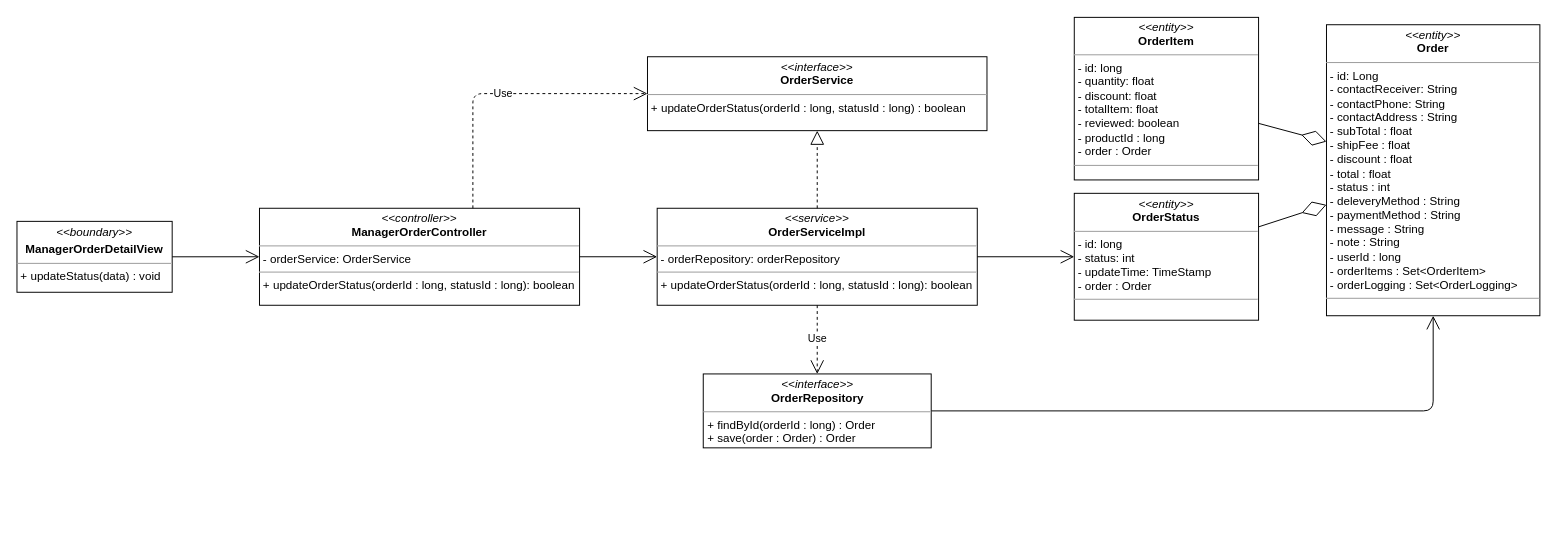
Above: class diagram/manager-updateStatus-order-class-diagram.drawio in nguyenphamvan/datn_20202 (draw.io), before the change. Source tidied: cells renumbered, new cells numbered last; positions are measured from the earlier drawing's top-left corner, leaving out a move shared by most shapes. Both pictures are drawn from the tidied source at 97%, with x=0, y=0 at pixel (16, 16).
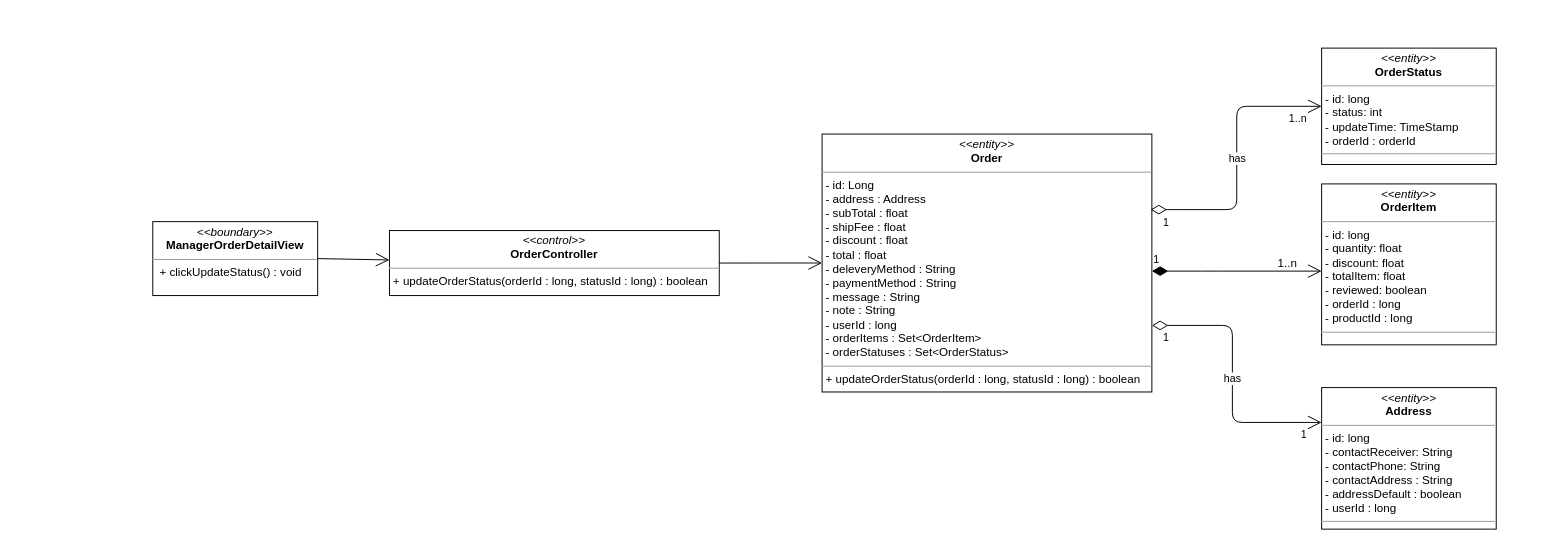
The same page after the edit.

The edit, as a diff of the source:
```diff
@@
-    <mxCell id="2" value="&lt;p style=&quot;margin: 0px ; margin-top: 4px ; text-align: center&quot;&gt;&lt;i&gt;&amp;lt;&amp;lt;boundary&amp;gt;&amp;gt;&lt;/i&gt;&lt;/p&gt;&lt;p style=&quot;margin: 0px ; margin-top: 4px ; text-align: center&quot;&gt;&lt;b&gt;ManagerOrderDetailView&lt;/b&gt;&lt;/p&gt;&lt;hr size=&quot;1&quot;&gt;&lt;p style=&quot;margin: 0px ; margin-left: 4px&quot;&gt;&lt;span&gt;+ updateStatus(data) : void&lt;/span&gt;&lt;br&gt;&lt;/p&gt;" style="verticalAlign=top;align=left;overflow=fill;fontSize=12;fontFamily=Helvetica;html=1;" parent="1" vertex="1">
-      <mxGeometry y="210.7" width="160" height="73.1" as="geometry" />
-    </mxCell>
-    <mxCell id="3" style="endArrow=open;endFill=1;endSize=12;html=1;entryX=0;entryY=0.5;entryDx=0;entryDy=0;exitX=1;exitY=0.5;exitDx=0;exitDy=0;" parent="1" edge="1" source="2" target="7">
-      <mxGeometry relative="1" as="geometry" />
-    </mxCell>
-    <mxCell id="4" style="endArrow=open;endFill=1;endSize=12;html=1;exitX=1;exitY=0.5;exitDx=0;exitDy=0;edgeStyle=orthogonalEdgeStyle;" parent="1" edge="1" source="5" target="13">
-      <mxGeometry relative="1" as="geometry">
-        <Array as="points">
-          <mxPoint x="1460" y="406" />
-        </Array>
-      </mxGeometry>
-    </mxCell>
-    <mxCell id="5" value="&lt;p style=&quot;margin: 0px ; margin-top: 4px ; text-align: center&quot;&gt;&lt;i&gt;&amp;lt;&amp;lt;interface&amp;gt;&amp;gt;&lt;/i&gt;&lt;br&gt;&lt;b&gt;OrderRepository&lt;/b&gt;&lt;/p&gt;&lt;hr size=&quot;1&quot;&gt;&lt;p style=&quot;margin: 0px ; margin-left: 4px&quot;&gt;+ findById(orderId : long) : Order&lt;/p&gt;&lt;p style=&quot;margin: 0px ; margin-left: 4px&quot;&gt;+ save(order : Order) : Order&lt;/p&gt;" style="verticalAlign=top;align=left;overflow=fill;fontSize=12;fontFamily=Helvetica;html=1;" parent="1" vertex="1">
-      <mxGeometry x="707.5" y="368" width="235" height="76.2" as="geometry" />
-    </mxCell>
-    <mxCell id="6" value="&lt;p style=&quot;margin: 0px ; margin-top: 4px ; text-align: center&quot;&gt;&lt;i&gt;&amp;lt;&amp;lt;interface&amp;gt;&amp;gt;&lt;/i&gt;&lt;br&gt;&lt;b&gt;OrderService&lt;/b&gt;&lt;/p&gt;&lt;hr size=&quot;1&quot;&gt;&lt;p style=&quot;margin: 0px ; margin-left: 4px&quot;&gt;+ updateOrderStatus(orderId : long, statusId : long) : boolean&lt;/p&gt;" style="verticalAlign=top;align=left;overflow=fill;fontSize=12;fontFamily=Helvetica;html=1;" parent="1" vertex="1">
-      <mxGeometry x="650" y="41" width="350" height="76.2" as="geometry" />
-    </mxCell>
-    <mxCell id="7" value="&lt;p style=&quot;margin: 0px ; margin-top: 4px ; text-align: center&quot;&gt;&lt;i&gt;&amp;lt;&amp;lt;controller&amp;gt;&amp;gt;&lt;/i&gt;&lt;br&gt;&lt;b&gt;ManagerOrderController&lt;/b&gt;&lt;br&gt;&lt;/p&gt;&lt;hr size=&quot;1&quot;&gt;&lt;p style=&quot;margin: 0px ; margin-left: 4px&quot;&gt;- orderService: OrderService&lt;br&gt;&lt;/p&gt;&lt;hr size=&quot;1&quot;&gt;&lt;p style=&quot;margin: 0px ; margin-left: 4px&quot;&gt;+ updateOrderStatus(orderId : long, statusId : long): boolean&lt;br&gt;&lt;/p&gt;" style="verticalAlign=top;align=left;overflow=fill;fontSize=12;fontFamily=Helvetica;html=1;" parent="1" vertex="1">
-      <mxGeometry x="250" y="197.2" width="330" height="100" as="geometry" />
-    </mxCell>
-    <mxCell id="8" value="&lt;p style=&quot;margin: 0px ; margin-top: 4px ; text-align: center&quot;&gt;&lt;i&gt;&amp;lt;&amp;lt;service&amp;gt;&amp;gt;&lt;/i&gt;&lt;br&gt;&lt;b&gt;OrderServiceImpl&lt;/b&gt;&lt;/p&gt;&lt;hr size=&quot;1&quot;&gt;&lt;p style=&quot;margin: 0px ; margin-left: 4px&quot;&gt;- orderRepository: orderRepository&lt;br&gt;&lt;/p&gt;&lt;hr size=&quot;1&quot;&gt;&lt;p style=&quot;margin: 0px ; margin-left: 4px&quot;&gt;+ updateOrderStatus(orderId : long, statusId : long): boolean&lt;br&gt;&lt;/p&gt;" style="verticalAlign=top;align=left;overflow=fill;fontSize=12;fontFamily=Helvetica;html=1;" parent="1" vertex="1">
-      <mxGeometry x="660" y="197.2" width="330" height="100" as="geometry" />
-    </mxCell>
-    <mxCell id="9" value="Use" style="endArrow=open;endSize=12;dashed=1;html=1;edgeStyle=orthogonalEdgeStyle;" parent="1" edge="1" source="7" target="6">
-      <mxGeometry relative="1" as="geometry">
-        <Array as="points">
-          <mxPoint x="470" y="79" />
-        </Array>
-      </mxGeometry>
-    </mxCell>
-    <mxCell id="10" style="endArrow=block;dashed=1;endFill=0;endSize=12;html=1;" parent="1" edge="1" source="8" target="6">
-      <mxGeometry relative="1" as="geometry" />
-    </mxCell>
-    <mxCell id="11" value="Use" style="endArrow=open;endSize=12;dashed=1;html=1;" parent="1" edge="1" source="8" target="5">
-      <mxGeometry relative="1" as="geometry" />
-    </mxCell>
-    <mxCell id="12" style="endArrow=open;endFill=1;endSize=12;html=1;" parent="1" edge="1" source="7" target="8">
-      <mxGeometry relative="1" as="geometry" />
-    </mxCell>
-    <mxCell id="13" value="&lt;p style=&quot;margin: 0px ; margin-top: 4px ; text-align: center&quot;&gt;&lt;i&gt;&amp;lt;&amp;lt;entity&amp;gt;&amp;gt;&lt;/i&gt;&lt;br&gt;&lt;b&gt;Order&lt;/b&gt;&lt;/p&gt;&lt;hr size=&quot;1&quot;&gt;&lt;p style=&quot;margin: 0px ; margin-left: 4px&quot;&gt;- id: Long&lt;/p&gt;&lt;p style=&quot;margin: 0px 0px 0px 4px&quot;&gt;- contactReceiver: String&lt;br&gt;- contactPhone: String&lt;/p&gt;&lt;p style=&quot;margin: 0px 0px 0px 4px&quot;&gt;- contactAddress : String&lt;/p&gt;&lt;p style=&quot;margin: 0px 0px 0px 4px&quot;&gt;- subTotal : float&lt;/p&gt;&lt;p style=&quot;margin: 0px 0px 0px 4px&quot;&gt;- shipFee : float&lt;/p&gt;&lt;p style=&quot;margin: 0px 0px 0px 4px&quot;&gt;- discount : float&lt;/p&gt;&lt;p style=&quot;margin: 0px 0px 0px 4px&quot;&gt;- total : float&lt;/p&gt;&lt;p style=&quot;margin: 0px 0px 0px 4px&quot;&gt;- status : int&lt;/p&gt;&lt;p style=&quot;margin: 0px 0px 0px 4px&quot;&gt;- deleveryMethod : String&lt;/p&gt;&lt;p style=&quot;margin: 0px 0px 0px 4px&quot;&gt;- paymentMethod : String&lt;/p&gt;&lt;p style=&quot;margin: 0px 0px 0px 4px&quot;&gt;- message : String&lt;/p&gt;&lt;p style=&quot;margin: 0px 0px 0px 4px&quot;&gt;- note : String&lt;/p&gt;&lt;p style=&quot;margin: 0px 0px 0px 4px&quot;&gt;- userId : long&lt;/p&gt;&lt;p style=&quot;margin: 0px 0px 0px 4px&quot;&gt;- orderItems : Set&amp;lt;OrderItem&amp;gt;&lt;/p&gt;&lt;p style=&quot;margin: 0px 0px 0px 4px&quot;&gt;- orderLogging : Set&amp;lt;OrderLogging&amp;gt;&amp;nbsp;&lt;/p&gt;&lt;hr size=&quot;1&quot;&gt;&lt;p style=&quot;margin: 0px ; margin-left: 4px&quot;&gt;&lt;br&gt;&lt;/p&gt;" style="verticalAlign=top;align=left;overflow=fill;fontSize=12;fontFamily=Helvetica;html=1;" parent="1" vertex="1">
-      <mxGeometry x="1350" y="8" width="220" height="300" as="geometry" />
-    </mxCell>
-    <mxCell id="14" value="&lt;p style=&quot;margin: 0px ; margin-top: 4px ; text-align: center&quot;&gt;&lt;i&gt;&amp;lt;&amp;lt;entity&amp;gt;&amp;gt;&lt;/i&gt;&lt;br&gt;&lt;b&gt;OrderItem&lt;/b&gt;&lt;/p&gt;&lt;hr size=&quot;1&quot;&gt;&lt;p style=&quot;margin: 0px ; margin-left: 4px&quot;&gt;- id: long&lt;/p&gt;&lt;p style=&quot;margin: 0px ; margin-left: 4px&quot;&gt;- quantity: float&lt;br&gt;- discount: float&lt;/p&gt;&lt;p style=&quot;margin: 0px ; margin-left: 4px&quot;&gt;- totalItem: float&lt;/p&gt;&lt;p style=&quot;margin: 0px ; margin-left: 4px&quot;&gt;- reviewed: boolean&lt;/p&gt;&lt;p style=&quot;margin: 0px ; margin-left: 4px&quot;&gt;- productId : long&lt;/p&gt;&lt;p style=&quot;margin: 0px ; margin-left: 4px&quot;&gt;- order : Order&lt;/p&gt;&lt;hr size=&quot;1&quot;&gt;&lt;p style=&quot;margin: 0px ; margin-left: 4px&quot;&gt;&lt;br&gt;&lt;/p&gt;" style="verticalAlign=top;align=left;overflow=fill;fontSize=12;fontFamily=Helvetica;html=1;" parent="1" vertex="1">
-      <mxGeometry x="1090" y="0.4" width="190" height="167.6" as="geometry" />
-    </mxCell>
-    <mxCell id="15" value="&lt;p style=&quot;margin: 0px ; margin-top: 4px ; text-align: center&quot;&gt;&lt;i&gt;&amp;lt;&amp;lt;entity&amp;gt;&amp;gt;&lt;/i&gt;&lt;br&gt;&lt;b&gt;OrderStatus&lt;/b&gt;&lt;/p&gt;&lt;hr size=&quot;1&quot;&gt;&lt;p style=&quot;margin: 0px ; margin-left: 4px&quot;&gt;- id: long&lt;/p&gt;&lt;p style=&quot;margin: 0px ; margin-left: 4px&quot;&gt;- status: int&lt;br&gt;- updateTime: TimeStamp&lt;/p&gt;&lt;p style=&quot;margin: 0px ; margin-left: 4px&quot;&gt;- order : Order&lt;/p&gt;&lt;hr size=&quot;1&quot;&gt;&lt;p style=&quot;margin: 0px ; margin-left: 4px&quot;&gt;&lt;br&gt;&lt;/p&gt;" style="verticalAlign=top;align=left;overflow=fill;fontSize=12;fontFamily=Helvetica;html=1;" parent="1" vertex="1">
-      <mxGeometry x="1090" y="181.8" width="190" height="130.8" as="geometry" />
-    </mxCell>
-    <mxCell id="16" style="endArrow=diamondThin;endFill=0;endSize=24;html=1;" parent="1" edge="1" source="15" target="13">
-      <mxGeometry relative="1" as="geometry" />
-    </mxCell>
-    <mxCell id="17" style="endArrow=diamondThin;endFill=0;endSize=24;html=1;" parent="1" edge="1" source="14" target="13">
-      <mxGeometry relative="1" as="geometry" />
-    </mxCell>
-    <mxCell id="18" style="endArrow=open;endFill=1;endSize=12;html=1;" parent="1" edge="1" source="8" target="15">
-      <mxGeometry relative="1" as="geometry" />
-    </mxCell>
+    <mxCell id="19" value="&lt;p style=&quot;margin: 0px ; margin-top: 4px ; text-align: center&quot;&gt;&lt;i&gt;&amp;lt;&amp;lt;boundary&amp;gt;&amp;gt;&lt;/i&gt;&lt;br&gt;&lt;b&gt;ManagerOrderDetailView&lt;/b&gt;&lt;/p&gt;&lt;hr size=&quot;1&quot;&gt;&lt;p style=&quot;margin: 0px ; margin-left: 4px&quot;&gt;&lt;span&gt;&amp;nbsp;&lt;/span&gt;&lt;span&gt;+ clickUpdateStatus() : void&lt;/span&gt;&lt;/p&gt;" style="verticalAlign=top;align=left;overflow=fill;fontSize=12;fontFamily=Helvetica;html=1;" parent="1" vertex="1">
+      <mxGeometry x="140" y="211" width="170" height="76.2" as="geometry" />
+    </mxCell>
+    <mxCell id="20" style="endArrow=open;endFill=1;endSize=12;html=1;exitX=1;exitY=0.5;exitDx=0;exitDy=0;" parent="1" edge="1" source="19" target="21">
+      <mxGeometry relative="1" as="geometry" />
+    </mxCell>
+    <mxCell id="21" value="&lt;p style=&quot;margin: 0px ; margin-top: 4px ; text-align: center&quot;&gt;&lt;i&gt;&amp;lt;&amp;lt;control&amp;gt;&amp;gt;&lt;/i&gt;&lt;br&gt;&lt;b&gt;OrderController&lt;/b&gt;&lt;br&gt;&lt;/p&gt;&lt;hr size=&quot;1&quot;&gt;&lt;p style=&quot;margin: 0px ; margin-left: 4px&quot;&gt;&lt;span&gt;+ updateOrderStatus(orderId : long, statusId : long) : boolean&lt;/span&gt;&lt;br&gt;&lt;/p&gt;" style="verticalAlign=top;align=left;overflow=fill;fontSize=12;fontFamily=Helvetica;html=1;" parent="1" vertex="1">
+      <mxGeometry x="384" y="220.2" width="340" height="67" as="geometry" />
+    </mxCell>
+    <mxCell id="22" style="endArrow=open;endFill=1;endSize=12;html=1;entryX=0;entryY=0.5;entryDx=0;entryDy=0;" parent="1" edge="1" source="21" target="24">
+      <mxGeometry relative="1" as="geometry" />
+    </mxCell>
+    <mxCell id="23" value="&lt;p style=&quot;margin: 0px ; margin-top: 4px ; text-align: center&quot;&gt;&lt;i&gt;&amp;lt;&amp;lt;entity&amp;gt;&amp;gt;&lt;/i&gt;&lt;br&gt;&lt;b&gt;Address&lt;/b&gt;&lt;/p&gt;&lt;hr size=&quot;1&quot;&gt;&lt;p style=&quot;margin: 0px ; margin-left: 4px&quot;&gt;- id: long&lt;/p&gt;&lt;p style=&quot;margin: 0px ; margin-left: 4px&quot;&gt;- contactReceiver: String&lt;br&gt;- contactPhone: String&lt;/p&gt;&lt;p style=&quot;margin: 0px ; margin-left: 4px&quot;&gt;- contactAddress : String&lt;/p&gt;&lt;p style=&quot;margin: 0px ; margin-left: 4px&quot;&gt;- addressDefault : boolean&lt;/p&gt;&lt;p style=&quot;margin: 0px ; margin-left: 4px&quot;&gt;- userId : long&lt;/p&gt;&lt;hr size=&quot;1&quot;&gt;&lt;p style=&quot;margin: 0px ; margin-left: 4px&quot;&gt;&lt;br&gt;&lt;/p&gt;" style="verticalAlign=top;align=left;overflow=fill;fontSize=12;fontFamily=Helvetica;html=1;" parent="1" vertex="1">
+      <mxGeometry x="1345" y="382.1" width="180" height="145.9" as="geometry" />
+    </mxCell>
+    <mxCell id="24" value="&lt;p style=&quot;margin: 0px ; margin-top: 4px ; text-align: center&quot;&gt;&lt;i&gt;&amp;lt;&amp;lt;entity&amp;gt;&amp;gt;&lt;/i&gt;&lt;br&gt;&lt;b&gt;Order&lt;/b&gt;&lt;/p&gt;&lt;hr size=&quot;1&quot;&gt;&lt;p style=&quot;margin: 0px ; margin-left: 4px&quot;&gt;- id: Long&lt;/p&gt;&lt;p style=&quot;margin: 0px 0px 0px 4px&quot;&gt;- address : Address&lt;/p&gt;&lt;p style=&quot;margin: 0px 0px 0px 4px&quot;&gt;- subTotal : float&lt;/p&gt;&lt;p style=&quot;margin: 0px 0px 0px 4px&quot;&gt;- shipFee : float&lt;/p&gt;&lt;p style=&quot;margin: 0px 0px 0px 4px&quot;&gt;- discount : float&lt;/p&gt;&lt;p style=&quot;margin: 0px 0px 0px 4px&quot;&gt;- total : float&lt;/p&gt;&lt;p style=&quot;margin: 0px 0px 0px 4px&quot;&gt;- deleveryMethod : String&lt;/p&gt;&lt;p style=&quot;margin: 0px 0px 0px 4px&quot;&gt;- paymentMethod : String&lt;/p&gt;&lt;p style=&quot;margin: 0px 0px 0px 4px&quot;&gt;- message : String&lt;/p&gt;&lt;p style=&quot;margin: 0px 0px 0px 4px&quot;&gt;- note : String&lt;/p&gt;&lt;p style=&quot;margin: 0px 0px 0px 4px&quot;&gt;- userId : long&lt;/p&gt;&lt;p style=&quot;margin: 0px 0px 0px 4px&quot;&gt;- orderItems : Set&amp;lt;OrderItem&amp;gt;&lt;/p&gt;&lt;p style=&quot;margin: 0px 0px 0px 4px&quot;&gt;- orderStatuses : Set&amp;lt;OrderStatus&amp;gt;&lt;/p&gt;&lt;hr size=&quot;1&quot;&gt;&lt;p style=&quot;margin: 0px ; margin-left: 4px&quot;&gt;+ updateOrderStatus(orderId : long, statusId : long) : boolean&lt;/p&gt;" style="verticalAlign=top;align=left;overflow=fill;fontSize=12;fontFamily=Helvetica;html=1;" parent="1" vertex="1">
+      <mxGeometry x="830" y="120.7" width="340" height="265.9" as="geometry" />
+    </mxCell>
+    <mxCell id="25" value="&lt;p style=&quot;margin: 0px ; margin-top: 4px ; text-align: center&quot;&gt;&lt;i&gt;&amp;lt;&amp;lt;entity&amp;gt;&amp;gt;&lt;/i&gt;&lt;br&gt;&lt;b&gt;OrderItem&lt;/b&gt;&lt;/p&gt;&lt;hr size=&quot;1&quot;&gt;&lt;p style=&quot;margin: 0px ; margin-left: 4px&quot;&gt;- id: long&lt;/p&gt;&lt;p style=&quot;margin: 0px ; margin-left: 4px&quot;&gt;- quantity: float&lt;br&gt;- discount: float&lt;/p&gt;&lt;p style=&quot;margin: 0px ; margin-left: 4px&quot;&gt;- totalItem: float&lt;/p&gt;&lt;p style=&quot;margin: 0px ; margin-left: 4px&quot;&gt;- reviewed: boolean&lt;/p&gt;&lt;p style=&quot;margin: 0px ; margin-left: 4px&quot;&gt;- orderId : long&lt;/p&gt;&lt;p style=&quot;margin: 0px ; margin-left: 4px&quot;&gt;- productId : long&lt;/p&gt;&lt;hr size=&quot;1&quot;&gt;&lt;p style=&quot;margin: 0px ; margin-left: 4px&quot;&gt;&lt;br&gt;&lt;/p&gt;" style="verticalAlign=top;align=left;overflow=fill;fontSize=12;fontFamily=Helvetica;html=1;" parent="1" vertex="1">
+      <mxGeometry x="1345" y="172.1" width="180" height="165.9" as="geometry" />
+    </mxCell>
+    <mxCell id="26" value="&lt;p style=&quot;margin: 0px ; margin-top: 4px ; text-align: center&quot;&gt;&lt;i&gt;&amp;lt;&amp;lt;entity&amp;gt;&amp;gt;&lt;/i&gt;&lt;br&gt;&lt;b&gt;OrderStatus&lt;/b&gt;&lt;/p&gt;&lt;hr size=&quot;1&quot;&gt;&lt;p style=&quot;margin: 0px ; margin-left: 4px&quot;&gt;- id: long&lt;/p&gt;&lt;p style=&quot;margin: 0px ; margin-left: 4px&quot;&gt;- status: int&lt;br&gt;- updateTime: TimeStamp&lt;/p&gt;&lt;p style=&quot;margin: 0px ; margin-left: 4px&quot;&gt;- orderId : orderId&lt;/p&gt;&lt;hr size=&quot;1&quot;&gt;&lt;p style=&quot;margin: 0px ; margin-left: 4px&quot;&gt;&lt;br&gt;&lt;/p&gt;" style="verticalAlign=top;align=left;overflow=fill;fontSize=12;fontFamily=Helvetica;html=1;" parent="1" vertex="1">
+      <mxGeometry x="1345" y="32.1" width="180" height="120" as="geometry" />
+    </mxCell>
+    <mxCell id="27" value="has" style="endArrow=open;html=1;endSize=12;startArrow=diamondThin;startSize=14;startFill=0;edgeStyle=orthogonalEdgeStyle;exitX=0.996;exitY=0.293;exitDx=0;exitDy=0;exitPerimeter=0;" parent="1" edge="1" source="24" target="26">
+      <mxGeometry relative="1" as="geometry" />
+    </mxCell>
+    <mxCell id="28" value="1" style="edgeLabel;html=1;align=left;verticalAlign=top;" parent="27" vertex="1">
+      <mxGeometry x="-1" relative="1" as="geometry">
+        <mxPoint x="11" as="offset" />
+      </mxGeometry>
+    </mxCell>
+    <mxCell id="29" value="1..n" style="edgeLabel;html=1;align=right;verticalAlign=top;" parent="27" vertex="1">
+      <mxGeometry x="1" relative="1" as="geometry">
+        <mxPoint x="-15" as="offset" />
+      </mxGeometry>
+    </mxCell>
+    <mxCell id="30" value="has" style="endArrow=open;html=1;endSize=12;startArrow=diamondThin;startSize=14;startFill=0;edgeStyle=orthogonalEdgeStyle;" parent="1" edge="1" source="24" target="23">
+      <mxGeometry relative="1" as="geometry">
+        <Array as="points">
+          <mxPoint x="1253" y="318" />
+          <mxPoint x="1253" y="418" />
+        </Array>
+      </mxGeometry>
+    </mxCell>
+    <mxCell id="31" value="1" style="edgeLabel;html=1;align=left;verticalAlign=top;" parent="30" vertex="1">
+      <mxGeometry x="-1" relative="1" as="geometry">
+        <mxPoint x="10" as="offset" />
+      </mxGeometry>
+    </mxCell>
+    <mxCell id="32" value="1" style="edgeLabel;html=1;align=right;verticalAlign=top;" parent="30" vertex="1">
+      <mxGeometry x="1" relative="1" as="geometry">
+        <mxPoint x="-15" as="offset" />
+      </mxGeometry>
+    </mxCell>
+    <mxCell id="33" value="1" style="endArrow=open;html=1;endSize=12;startArrow=diamondThin;startSize=14;startFill=1;edgeStyle=orthogonalEdgeStyle;align=left;verticalAlign=bottom;" parent="1" edge="1" source="24" target="25">
+      <mxGeometry x="-1" y="3" relative="1" as="geometry">
+        <Array as="points">
+          <mxPoint x="1230" y="262" />
+          <mxPoint x="1230" y="262" />
+        </Array>
+      </mxGeometry>
+    </mxCell>
+    <mxCell id="34" value="1..n" style="text;html=1;strokeColor=none;fillColor=none;align=center;verticalAlign=middle;whiteSpace=wrap;rounded=0;" parent="1" vertex="1">
+      <mxGeometry x="1290" y="243.7" width="40" height="20" as="geometry" />
+    </mxCell>
```
